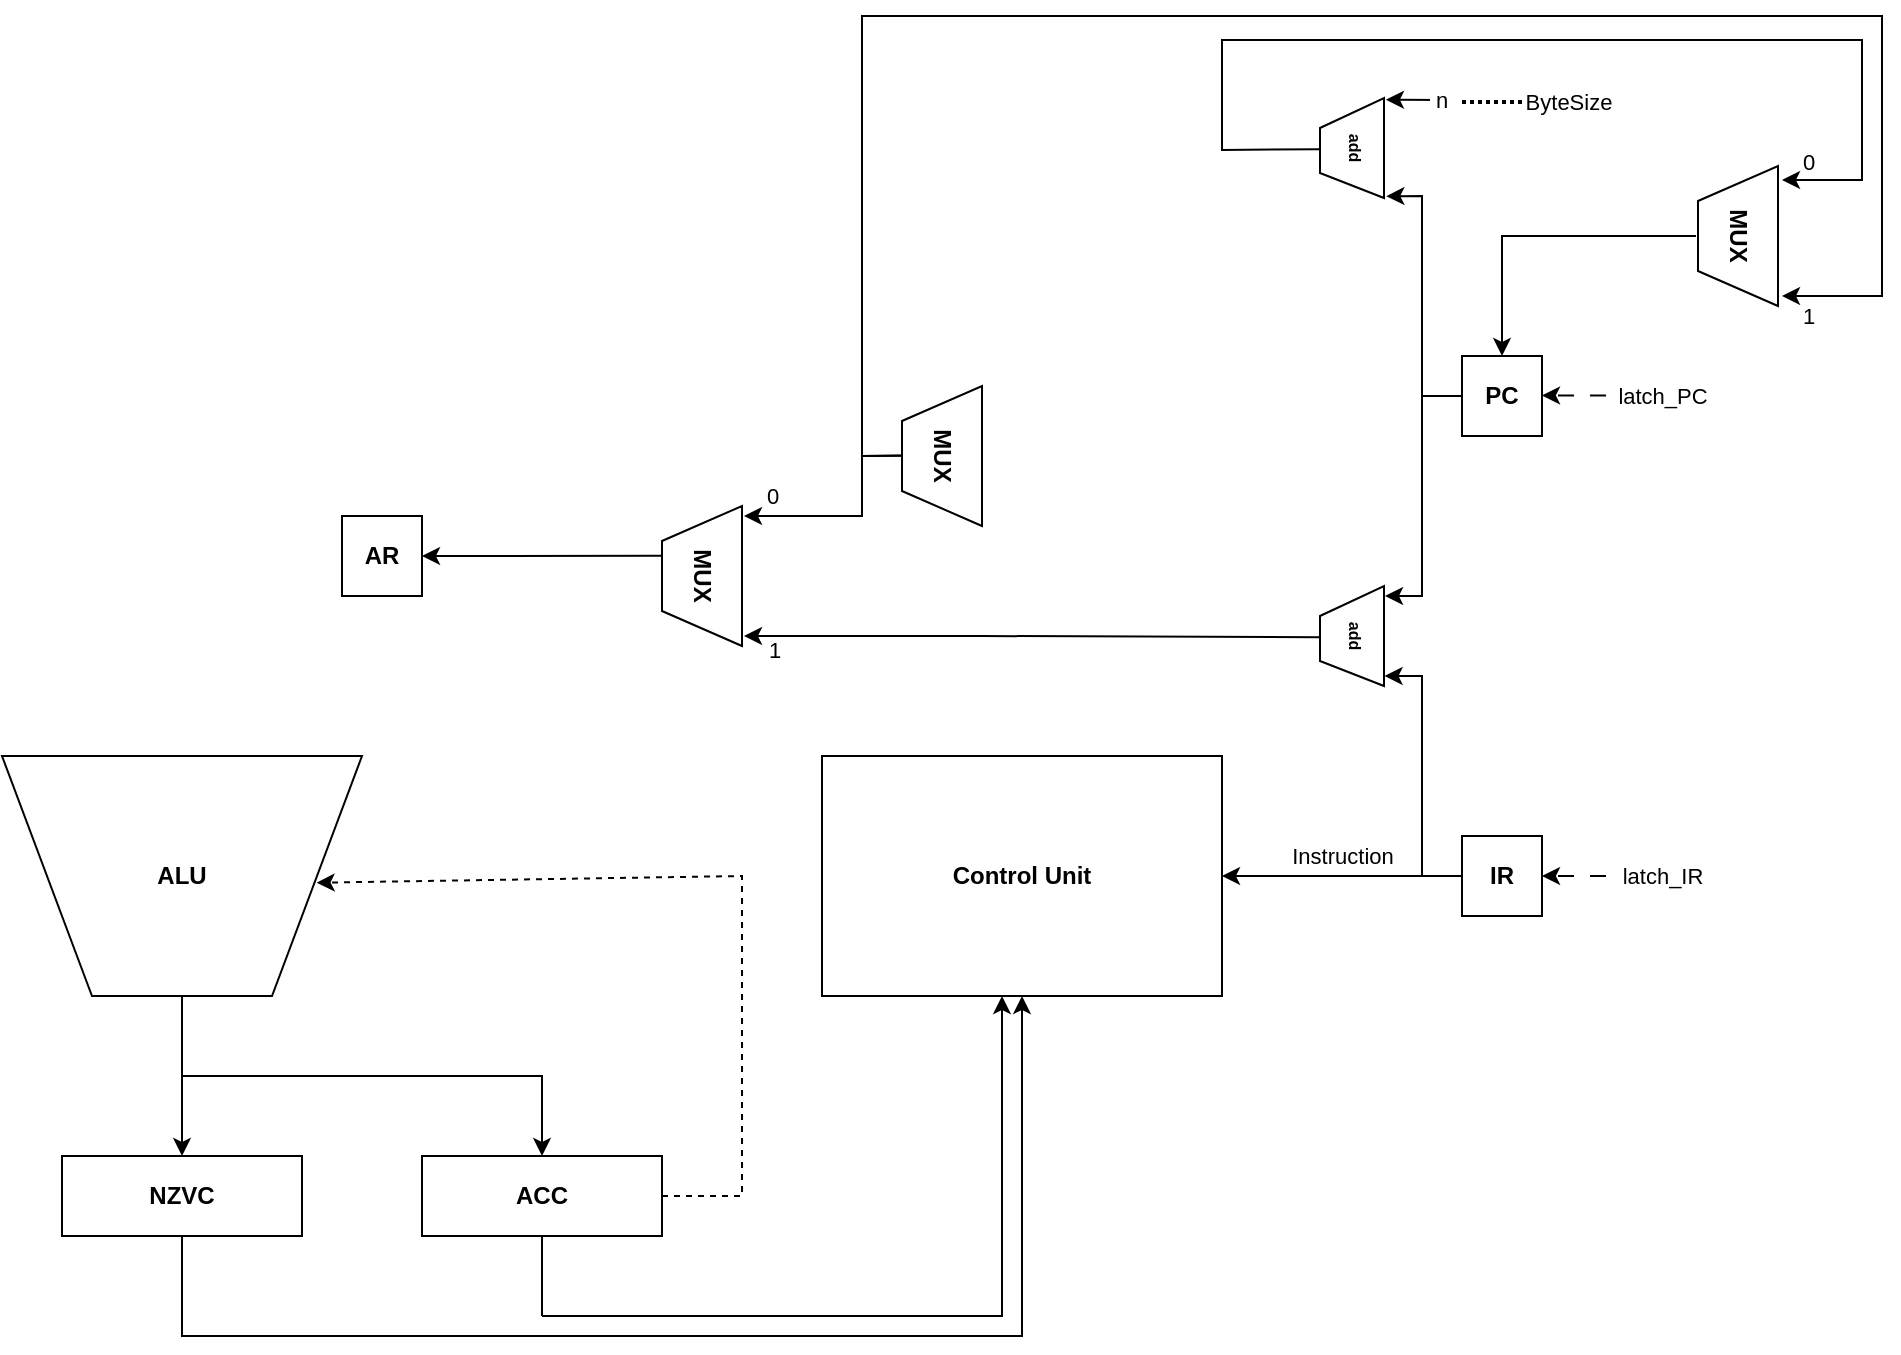
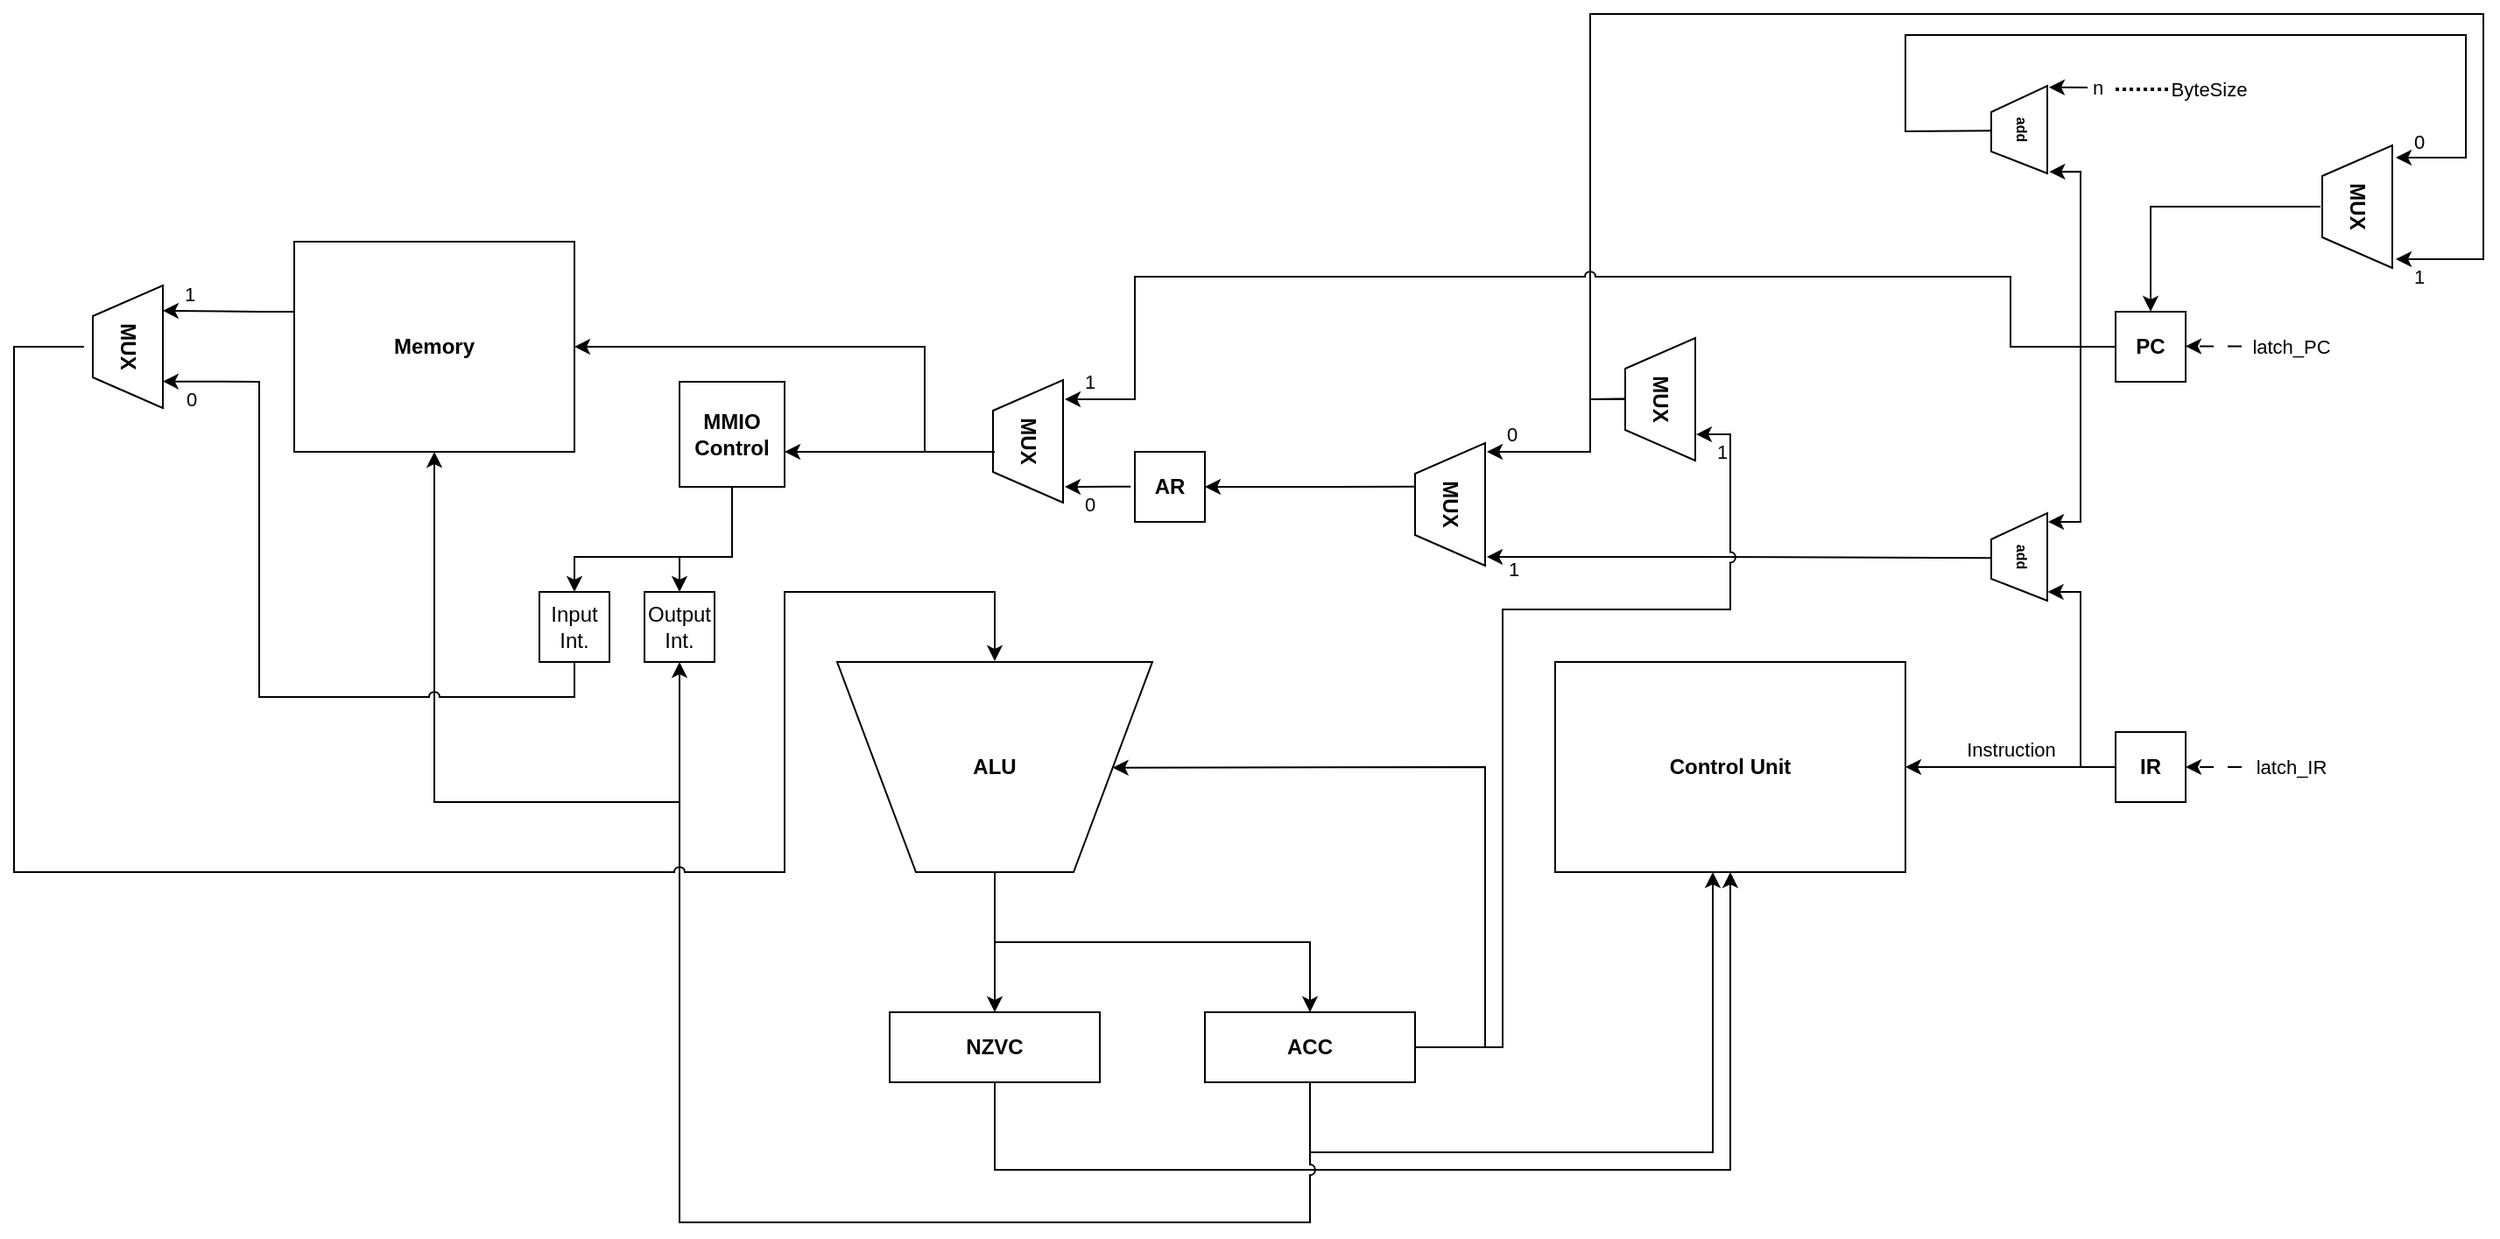
<mxfile host="app.diagrams.net">
  <diagram name="Страница-1" id="aG-_2oy_ONiYoz7BY2b6">
-     <mxGraphModel dx="2342" dy="1696" grid="1" gridSize="10" guides="1" tooltips="1" connect="1" arrows="1" fold="1" page="0" pageScale="1" pageWidth="827" pageHeight="1169" background="none" math="0" shadow="0">
+     <mxGraphModel dx="3172" dy="1726" grid="1" gridSize="10" guides="1" tooltips="1" connect="1" arrows="1" fold="1" page="0" pageScale="1" pageWidth="827" pageHeight="1169" background="none" math="0" shadow="0">
      <root>
        <mxCell id="0" />
        <mxCell id="1" parent="0" />
        <mxCell id="EIAMRbRPsVvW2iiw1fpJ-6" connectable="0" parent="1" style="group" value="" vertex="1">
          <mxGeometry height="120" width="180" x="-360" y="80" as="geometry" />
        </mxCell>
        <mxCell id="EIAMRbRPsVvW2iiw1fpJ-7" connectable="0" parent="EIAMRbRPsVvW2iiw1fpJ-6" style="group" value="" vertex="1">
          <mxGeometry height="119.99999999999999" width="180" x="-10" as="geometry" />
        </mxCell>
        <mxCell id="EIAMRbRPsVvW2iiw1fpJ-4" parent="EIAMRbRPsVvW2iiw1fpJ-7" style="verticalLabelPosition=bottom;verticalAlign=top;html=1;shape=mxgraph.basic.polygon;polyCoords=[[1,0],[0.75,1],[0.25,1],[0,0]];polyline=0;polyCurves=[[],[],[]];" value="" vertex="1">
          <mxGeometry height="119.99999999999999" width="180" as="geometry" />
        </mxCell>
        <mxCell id="EIAMRbRPsVvW2iiw1fpJ-5" parent="EIAMRbRPsVvW2iiw1fpJ-7" style="text;html=1;whiteSpace=wrap;strokeColor=none;fillColor=none;align=center;verticalAlign=middle;rounded=0;" value="&lt;b&gt;ALU&lt;/b&gt;" vertex="1">
          <mxGeometry height="45" width="90" x="45" y="37.5" as="geometry" />
        </mxCell>
        <mxCell id="EIAMRbRPsVvW2iiw1fpJ-13" edge="1" parent="1" source="EIAMRbRPsVvW2iiw1fpJ-8" style="edgeStyle=orthogonalEdgeStyle;rounded=0;orthogonalLoop=1;jettySize=auto;html=1;entryX=0.5;entryY=1;entryDx=0;entryDy=0;" target="EIAMRbRPsVvW2iiw1fpJ-12">
          <mxGeometry relative="1" as="geometry">
            <Array as="points">
              <mxPoint x="-280" y="370" />
              <mxPoint x="140" y="370" />
            </Array>
          </mxGeometry>
        </mxCell>
        <mxCell id="EIAMRbRPsVvW2iiw1fpJ-8" parent="1" style="rounded=0;whiteSpace=wrap;html=1;" value="&lt;b&gt;NZVC&lt;/b&gt;" vertex="1">
          <mxGeometry height="40" width="120" x="-340" y="280" as="geometry" />
        </mxCell>
        <mxCell id="EIAMRbRPsVvW2iiw1fpJ-9" edge="1" parent="1" source="EIAMRbRPsVvW2iiw1fpJ-4" style="edgeStyle=orthogonalEdgeStyle;rounded=0;orthogonalLoop=1;jettySize=auto;html=1;" target="EIAMRbRPsVvW2iiw1fpJ-8" value="">
          <mxGeometry relative="1" as="geometry" />
        </mxCell>
        <mxCell id="EIAMRbRPsVvW2iiw1fpJ-10" parent="1" style="rounded=0;whiteSpace=wrap;html=1;" value="&lt;b&gt;ACC&lt;/b&gt;" vertex="1">
          <mxGeometry height="40" width="120" x="-160" y="280" as="geometry" />
        </mxCell>
        <mxCell id="EIAMRbRPsVvW2iiw1fpJ-11" edge="1" parent="1" source="EIAMRbRPsVvW2iiw1fpJ-4" style="edgeStyle=orthogonalEdgeStyle;rounded=0;orthogonalLoop=1;jettySize=auto;html=1;entryX=0.5;entryY=0;entryDx=0;entryDy=0;" target="EIAMRbRPsVvW2iiw1fpJ-10">
          <mxGeometry relative="1" as="geometry">
            <Array as="points">
              <mxPoint x="-280" y="240" />
              <mxPoint x="-100" y="240" />
            </Array>
          </mxGeometry>
        </mxCell>
        <mxCell id="EIAMRbRPsVvW2iiw1fpJ-12" parent="1" style="rounded=0;whiteSpace=wrap;html=1;" value="&lt;b&gt;Control Unit&lt;/b&gt;" vertex="1">
          <mxGeometry height="120" width="200" x="40" y="80" as="geometry" />
        </mxCell>
        <mxCell id="EIAMRbRPsVvW2iiw1fpJ-18" edge="1" parent="1" style="endArrow=classic;html=1;rounded=0;" value="">
          <mxGeometry height="50" relative="1" width="50" as="geometry">
            <Array as="points">
              <mxPoint x="130" y="360" />
              <mxPoint x="130" y="280" />
            </Array>
            <mxPoint x="-100" y="360" as="sourcePoint" />
            <mxPoint x="130" y="200" as="targetPoint" />
          </mxGeometry>
        </mxCell>
        <mxCell id="EIAMRbRPsVvW2iiw1fpJ-19" edge="1" parent="1" style="endArrow=none;html=1;rounded=0;entryX=0.5;entryY=1;entryDx=0;entryDy=0;" target="EIAMRbRPsVvW2iiw1fpJ-10" value="">
          <mxGeometry height="50" relative="1" width="50" as="geometry">
            <mxPoint x="-100" y="360" as="sourcePoint" />
            <mxPoint x="30" y="260" as="targetPoint" />
          </mxGeometry>
        </mxCell>
-         <mxCell id="EIAMRbRPsVvW2iiw1fpJ-21" edge="1" parent="1" source="EIAMRbRPsVvW2iiw1fpJ-10" style="endArrow=classic;html=1;rounded=0;entryX=0.874;entryY=0.528;entryDx=0;entryDy=0;entryPerimeter=0;dashed=1;exitX=1;exitY=0.5;exitDx=0;exitDy=0;" target="EIAMRbRPsVvW2iiw1fpJ-4" value="">
+         <mxCell id="EIAMRbRPsVvW2iiw1fpJ-21" edge="1" parent="1" source="EIAMRbRPsVvW2iiw1fpJ-10" style="endArrow=classic;html=1;rounded=0;exitX=1;exitY=0.5;exitDx=0;exitDy=0;entryX=0.874;entryY=0.503;entryDx=0;entryDy=0;entryPerimeter=0;" target="EIAMRbRPsVvW2iiw1fpJ-4" value="">
          <mxGeometry height="50" relative="1" width="50" as="geometry">
            <Array as="points">
              <mxPoint x="-40" y="300" />
              <mxPoint y="300" />
              <mxPoint y="140" />
            </Array>
            <mxPoint x="-100" y="320" as="sourcePoint" />
-             <mxPoint x="-80" y="210" as="targetPoint" />
+             <mxPoint x="-200" y="141" as="targetPoint" />
          </mxGeometry>
        </mxCell>
        <mxCell id="EIAMRbRPsVvW2iiw1fpJ-22" parent="1" style="whiteSpace=wrap;html=1;aspect=fixed;" value="&lt;b&gt;IR&lt;/b&gt;" vertex="1">
          <mxGeometry height="40" width="40" x="360" y="120" as="geometry" />
        </mxCell>
        <mxCell id="EIAMRbRPsVvW2iiw1fpJ-23" edge="1" parent="1" source="EIAMRbRPsVvW2iiw1fpJ-22" style="endArrow=classic;html=1;rounded=0;exitX=0;exitY=0.5;exitDx=0;exitDy=0;entryX=1;entryY=0.5;entryDx=0;entryDy=0;" target="EIAMRbRPsVvW2iiw1fpJ-12" value="Instruction">
          <mxGeometry height="50" relative="1" width="50" y="-10" as="geometry">
            <mxPoint as="offset" />
            <mxPoint x="200" y="150" as="sourcePoint" />
            <mxPoint x="250" y="100" as="targetPoint" />
          </mxGeometry>
        </mxCell>
        <mxCell id="EIAMRbRPsVvW2iiw1fpJ-24" edge="1" parent="1" style="endArrow=classic;html=1;rounded=0;entryX=1;entryY=0.5;entryDx=0;entryDy=0;dashed=1;dashPattern=8 8;" target="EIAMRbRPsVvW2iiw1fpJ-22" value="">
          <mxGeometry height="50" relative="1" width="50" as="geometry">
            <mxPoint x="480" y="140" as="sourcePoint" />
            <mxPoint x="450" y="150" as="targetPoint" />
          </mxGeometry>
        </mxCell>
        <mxCell id="EIAMRbRPsVvW2iiw1fpJ-25" connectable="0" parent="EIAMRbRPsVvW2iiw1fpJ-24" style="edgeLabel;html=1;align=center;verticalAlign=middle;resizable=0;points=[];" value="latch_IR" vertex="1">
          <mxGeometry relative="1" x="-0.65" y="-1" as="geometry">
            <mxPoint x="-6" y="1" as="offset" />
          </mxGeometry>
        </mxCell>
        <mxCell id="D1q992ZRwJ2_NjyjFt2y-9" connectable="0" parent="1" style="group" value="" vertex="1">
          <mxGeometry height="32" width="50" x="280" y="4" as="geometry" />
        </mxCell>
        <mxCell id="D1q992ZRwJ2_NjyjFt2y-7" parent="D1q992ZRwJ2_NjyjFt2y-9" style="verticalLabelPosition=bottom;verticalAlign=top;html=1;shape=mxgraph.basic.polygon;polyCoords=[[1,0],[0.75,1],[0.3,1],[0,0]];polyline=0;polyCurves=[[],[],[],[]];rotation=90;gradientColor=none;" value="" vertex="1">
          <mxGeometry height="32" width="50" as="geometry" />
        </mxCell>
        <mxCell id="D1q992ZRwJ2_NjyjFt2y-8" parent="D1q992ZRwJ2_NjyjFt2y-9" style="text;html=1;whiteSpace=wrap;strokeColor=none;fillColor=none;align=center;verticalAlign=middle;rounded=0;rotation=90;" value="&lt;font style=&quot;font-size: 8px;&quot;&gt;&lt;b&gt;add&lt;/b&gt;&lt;/font&gt;" vertex="1">
          <mxGeometry height="13.91304347826087" width="25" x="15" y="9.043478260869565" as="geometry" />
        </mxCell>
        <mxCell id="D1q992ZRwJ2_NjyjFt2y-13" parent="1" style="whiteSpace=wrap;html=1;aspect=fixed;" value="&lt;b&gt;PC&lt;/b&gt;" vertex="1">
          <mxGeometry height="40" width="40" x="360" y="-120" as="geometry" />
        </mxCell>
        <mxCell id="D1q992ZRwJ2_NjyjFt2y-16" edge="1" parent="1" source="D1q992ZRwJ2_NjyjFt2y-13" style="endArrow=classic;html=1;rounded=0;entryX=0.1;entryY=-0.016;entryDx=0;entryDy=0;entryPerimeter=0;exitX=0;exitY=0.5;exitDx=0;exitDy=0;" target="D1q992ZRwJ2_NjyjFt2y-7" value="">
          <mxGeometry height="50" relative="1" width="50" as="geometry">
            <Array as="points">
              <mxPoint x="340" y="-100" />
              <mxPoint x="340" />
            </Array>
            <mxPoint x="340" y="-100" as="sourcePoint" />
            <mxPoint x="420" y="-30" as="targetPoint" />
          </mxGeometry>
        </mxCell>
-         <mxCell id="D1q992ZRwJ2_NjyjFt2y-17" edge="1" parent="1" style="endArrow=classic;html=1;rounded=0;entryX=0.9;entryY=-0.009;entryDx=0;entryDy=0;entryPerimeter=0;" target="D1q992ZRwJ2_NjyjFt2y-7" value="">
+         <mxCell id="D1q992ZRwJ2_NjyjFt2y-17" edge="1" parent="1" style="endArrow=classic;html=1;rounded=0;entryX=0.9;entryY=-0.009;entryDx=0;entryDy=0;entryPerimeter=0;jumpStyle=arc;" target="D1q992ZRwJ2_NjyjFt2y-7" value="">
          <mxGeometry height="50" relative="1" width="50" as="geometry">
            <Array as="points">
              <mxPoint x="340" y="40" />
            </Array>
            <mxPoint x="340" y="140" as="sourcePoint" />
            <mxPoint x="440" y="20" as="targetPoint" />
          </mxGeometry>
        </mxCell>
        <mxCell id="D1q992ZRwJ2_NjyjFt2y-18" edge="1" parent="1" style="endArrow=classic;html=1;rounded=0;entryX=1;entryY=0.5;entryDx=0;entryDy=0;dashed=1;dashPattern=8 8;" value="">
          <mxGeometry height="50" relative="1" width="50" as="geometry">
            <mxPoint x="480" y="-100.28999999999999" as="sourcePoint" />
            <mxPoint x="400" y="-100.28999999999999" as="targetPoint" />
          </mxGeometry>
        </mxCell>
        <mxCell id="D1q992ZRwJ2_NjyjFt2y-19" connectable="0" parent="D1q992ZRwJ2_NjyjFt2y-18" style="edgeLabel;html=1;align=center;verticalAlign=middle;resizable=0;points=[];" value="latch_PC" vertex="1">
          <mxGeometry relative="1" x="-0.65" y="-1" as="geometry">
            <mxPoint x="-6" y="1" as="offset" />
          </mxGeometry>
        </mxCell>
        <mxCell id="D1q992ZRwJ2_NjyjFt2y-21" connectable="0" parent="1" style="group" value="" vertex="1">
          <mxGeometry height="32" width="50" x="280" y="-240" as="geometry" />
        </mxCell>
        <mxCell id="D1q992ZRwJ2_NjyjFt2y-22" parent="D1q992ZRwJ2_NjyjFt2y-21" style="verticalLabelPosition=bottom;verticalAlign=top;html=1;shape=mxgraph.basic.polygon;polyCoords=[[1,0],[0.75,1],[0.3,1],[0,0]];polyline=0;polyCurves=[[],[],[],[]];rotation=90;gradientColor=none;" value="" vertex="1">
          <mxGeometry height="32" width="50" as="geometry" />
        </mxCell>
        <mxCell id="D1q992ZRwJ2_NjyjFt2y-23" parent="D1q992ZRwJ2_NjyjFt2y-21" style="text;html=1;whiteSpace=wrap;strokeColor=none;fillColor=none;align=center;verticalAlign=middle;rounded=0;rotation=90;" value="&lt;font style=&quot;font-size: 8px;&quot;&gt;&lt;b&gt;add&lt;/b&gt;&lt;/font&gt;" vertex="1">
          <mxGeometry height="13.91304347826087" width="25" x="15" y="9.043478260869565" as="geometry" />
        </mxCell>
        <mxCell id="D1q992ZRwJ2_NjyjFt2y-28" edge="1" parent="1" source="D1q992ZRwJ2_NjyjFt2y-13" style="endArrow=classic;html=1;rounded=0;entryX=0.982;entryY=-0.037;entryDx=0;entryDy=0;entryPerimeter=0;exitX=0;exitY=0.5;exitDx=0;exitDy=0;" target="D1q992ZRwJ2_NjyjFt2y-22" value="">
          <mxGeometry height="50" relative="1" width="50" as="geometry">
            <Array as="points">
              <mxPoint x="340" y="-100" />
              <mxPoint x="340" y="-200" />
            </Array>
            <mxPoint x="370" y="-70" as="sourcePoint" />
            <mxPoint x="420" y="-120" as="targetPoint" />
          </mxGeometry>
        </mxCell>
        <mxCell id="D1q992ZRwJ2_NjyjFt2y-29" edge="1" parent="1" style="endArrow=classic;html=1;rounded=0;entryX=0.017;entryY=-0.03;entryDx=0;entryDy=0;entryPerimeter=0;" target="D1q992ZRwJ2_NjyjFt2y-22" value="">
          <mxGeometry height="50" relative="1" width="50" as="geometry">
            <mxPoint x="350" y="-248" as="sourcePoint" />
            <mxPoint x="320" y="-250" as="targetPoint" />
          </mxGeometry>
        </mxCell>
        <mxCell id="D1q992ZRwJ2_NjyjFt2y-30" connectable="0" parent="D1q992ZRwJ2_NjyjFt2y-29" style="edgeLabel;html=1;align=center;verticalAlign=middle;resizable=0;points=[];" value="&amp;nbsp;n" vertex="1">
          <mxGeometry relative="1" x="-0.815" as="geometry">
            <mxPoint as="offset" />
          </mxGeometry>
        </mxCell>
        <mxCell id="D1q992ZRwJ2_NjyjFt2y-33" edge="1" parent="1" style="endArrow=none;dashed=1;html=1;strokeWidth=2;rounded=0;dashPattern=1 1;" value="">
          <mxGeometry height="50" relative="1" width="50" as="geometry">
            <mxPoint x="360" y="-247" as="sourcePoint" />
            <mxPoint x="390" y="-247" as="targetPoint" />
          </mxGeometry>
        </mxCell>
        <mxCell id="D1q992ZRwJ2_NjyjFt2y-34" connectable="0" parent="D1q992ZRwJ2_NjyjFt2y-33" style="edgeLabel;html=1;align=center;verticalAlign=middle;resizable=0;points=[];" value="ByteSize" vertex="1">
          <mxGeometry relative="1" x="0.5407" y="1" as="geometry">
            <mxPoint x="30" y="1" as="offset" />
          </mxGeometry>
        </mxCell>
        <mxCell id="D1q992ZRwJ2_NjyjFt2y-37" connectable="0" parent="1" style="group;rotation=90;" value="" vertex="1">
          <mxGeometry height="40" width="70" x="463" y="-200" as="geometry" />
        </mxCell>
        <mxCell id="D1q992ZRwJ2_NjyjFt2y-35" parent="D1q992ZRwJ2_NjyjFt2y-37" style="verticalLabelPosition=bottom;verticalAlign=top;html=1;shape=mxgraph.basic.polygon;polyCoords=[[1,0],[0.75,1],[0.25,1],[0,0]];polyline=0;polyCurves=[[],[],[]];rotation=90;" value="" vertex="1">
          <mxGeometry height="40" width="70" as="geometry" />
        </mxCell>
        <mxCell id="D1q992ZRwJ2_NjyjFt2y-36" parent="D1q992ZRwJ2_NjyjFt2y-37" style="text;html=1;whiteSpace=wrap;strokeColor=none;fillColor=none;align=center;verticalAlign=middle;rounded=0;rotation=90;" value="&lt;b&gt;MUX&lt;/b&gt;" vertex="1">
          <mxGeometry height="30" width="60" x="5" y="5" as="geometry" />
        </mxCell>
        <mxCell id="D1q992ZRwJ2_NjyjFt2y-38" edge="1" parent="1" style="endArrow=classic;html=1;rounded=0;entryX=0.5;entryY=0;entryDx=0;entryDy=0;" target="D1q992ZRwJ2_NjyjFt2y-13" value="">
          <mxGeometry height="50" relative="1" width="50" as="geometry">
            <Array as="points">
              <mxPoint x="380" y="-180" />
            </Array>
            <mxPoint x="477" y="-180" as="sourcePoint" />
            <mxPoint x="370" y="-180" as="targetPoint" />
          </mxGeometry>
        </mxCell>
        <mxCell id="D1q992ZRwJ2_NjyjFt2y-40" edge="1" parent="1" source="D1q992ZRwJ2_NjyjFt2y-22" style="endArrow=classic;html=1;rounded=0;exitX=0.512;exitY=1.002;exitDx=0;exitDy=0;exitPerimeter=0;" value="">
          <mxGeometry height="50" relative="1" width="50" as="geometry">
            <Array as="points">
              <mxPoint x="240" y="-223" />
              <mxPoint x="240" y="-278" />
              <mxPoint x="560" y="-278" />
              <mxPoint x="560" y="-208" />
            </Array>
            <mxPoint x="280" y="-220" as="sourcePoint" />
            <mxPoint x="520" y="-208" as="targetPoint" />
          </mxGeometry>
        </mxCell>
        <mxCell id="D1q992ZRwJ2_NjyjFt2y-41" connectable="0" parent="D1q992ZRwJ2_NjyjFt2y-40" style="edgeLabel;html=1;align=center;verticalAlign=middle;resizable=0;points=[];" value="0" vertex="1">
          <mxGeometry relative="1" x="0.9369" as="geometry">
            <mxPoint x="-4" y="-9" as="offset" />
          </mxGeometry>
        </mxCell>
        <mxCell id="D1q992ZRwJ2_NjyjFt2y-42" connectable="0" parent="1" style="group;rotation=90;" value="" vertex="1">
          <mxGeometry height="40" width="70" x="-55" y="-30" as="geometry" />
        </mxCell>
        <mxCell id="D1q992ZRwJ2_NjyjFt2y-43" parent="D1q992ZRwJ2_NjyjFt2y-42" style="verticalLabelPosition=bottom;verticalAlign=top;html=1;shape=mxgraph.basic.polygon;polyCoords=[[1,0],[0.75,1],[0.25,1],[0,0]];polyline=0;polyCurves=[[],[],[]];rotation=90;" value="" vertex="1">
          <mxGeometry height="40" width="70" as="geometry" />
        </mxCell>
        <mxCell id="D1q992ZRwJ2_NjyjFt2y-44" parent="D1q992ZRwJ2_NjyjFt2y-42" style="text;html=1;whiteSpace=wrap;strokeColor=none;fillColor=none;align=center;verticalAlign=middle;rounded=0;rotation=90;" value="&lt;b&gt;MUX&lt;/b&gt;" vertex="1">
          <mxGeometry height="30" width="60" x="5" y="5" as="geometry" />
        </mxCell>
        <mxCell id="D1q992ZRwJ2_NjyjFt2y-45" edge="1" parent="1" source="D1q992ZRwJ2_NjyjFt2y-7" style="endArrow=classic;html=1;rounded=0;exitX=0.512;exitY=1;exitDx=0;exitDy=0;exitPerimeter=0;" value="">
          <mxGeometry height="50" relative="1" width="50" as="geometry">
            <Array as="points">
              <mxPoint x="120" y="20" />
            </Array>
            <mxPoint x="80" y="70" as="sourcePoint" />
            <mxPoint x="1" y="20" as="targetPoint" />
          </mxGeometry>
        </mxCell>
        <mxCell id="D1q992ZRwJ2_NjyjFt2y-46" connectable="0" parent="D1q992ZRwJ2_NjyjFt2y-45" style="edgeLabel;html=1;align=center;verticalAlign=middle;resizable=0;points=[];" value="1" vertex="1">
          <mxGeometry relative="1" x="0.8847" y="-1" as="geometry">
            <mxPoint x="-2" y="8" as="offset" />
          </mxGeometry>
        </mxCell>
        <mxCell id="D1q992ZRwJ2_NjyjFt2y-47" parent="1" style="whiteSpace=wrap;html=1;aspect=fixed;" value="&lt;b&gt;AR&lt;/b&gt;" vertex="1">
          <mxGeometry height="40" width="40" x="-200" y="-40" as="geometry" />
        </mxCell>
        <mxCell id="D1q992ZRwJ2_NjyjFt2y-48" edge="1" parent="1" source="D1q992ZRwJ2_NjyjFt2y-43" style="endArrow=classic;html=1;rounded=0;entryX=1;entryY=0.5;entryDx=0;entryDy=0;exitX=0.356;exitY=1.008;exitDx=0;exitDy=0;exitPerimeter=0;" target="D1q992ZRwJ2_NjyjFt2y-47" value="">
          <mxGeometry height="50" relative="1" width="50" as="geometry">
            <mxPoint x="-70" y="10" as="sourcePoint" />
            <mxPoint x="-20" y="-40" as="targetPoint" />
          </mxGeometry>
        </mxCell>
        <mxCell id="D1q992ZRwJ2_NjyjFt2y-49" connectable="0" parent="1" style="group;rotation=90;" value="" vertex="1">
          <mxGeometry height="40" width="70" x="65" y="-90" as="geometry" />
        </mxCell>
        <mxCell id="D1q992ZRwJ2_NjyjFt2y-50" parent="D1q992ZRwJ2_NjyjFt2y-49" style="verticalLabelPosition=bottom;verticalAlign=top;html=1;shape=mxgraph.basic.polygon;polyCoords=[[1,0],[0.75,1],[0.25,1],[0,0]];polyline=0;polyCurves=[[],[],[]];rotation=90;" value="" vertex="1">
          <mxGeometry height="40" width="70" as="geometry" />
        </mxCell>
        <mxCell id="D1q992ZRwJ2_NjyjFt2y-51" parent="D1q992ZRwJ2_NjyjFt2y-49" style="text;html=1;whiteSpace=wrap;strokeColor=none;fillColor=none;align=center;verticalAlign=middle;rounded=0;rotation=90;" value="&lt;b&gt;MUX&lt;/b&gt;" vertex="1">
          <mxGeometry height="30" width="60" x="5" y="5" as="geometry" />
        </mxCell>
        <mxCell id="D1q992ZRwJ2_NjyjFt2y-52" edge="1" parent="1" source="D1q992ZRwJ2_NjyjFt2y-50" style="endArrow=classic;html=1;rounded=0;exitX=0.498;exitY=0.996;exitDx=0;exitDy=0;exitPerimeter=0;" value="">
          <mxGeometry height="50" relative="1" width="50" as="geometry">
            <Array as="points">
              <mxPoint x="60" y="-70" />
              <mxPoint x="60" y="-40" />
            </Array>
            <mxPoint x="70" y="-70" as="sourcePoint" />
            <mxPoint x="1" y="-40" as="targetPoint" />
          </mxGeometry>
        </mxCell>
        <mxCell id="D1q992ZRwJ2_NjyjFt2y-54" connectable="0" parent="D1q992ZRwJ2_NjyjFt2y-52" style="edgeLabel;html=1;align=center;verticalAlign=middle;resizable=0;points=[];" value="0" vertex="1">
          <mxGeometry relative="1" x="0.7785" as="geometry">
            <mxPoint x="2" y="-10" as="offset" />
          </mxGeometry>
        </mxCell>
        <mxCell id="D1q992ZRwJ2_NjyjFt2y-55" edge="1" parent="1" source="D1q992ZRwJ2_NjyjFt2y-50" style="endArrow=classic;html=1;rounded=0;exitX=0.496;exitY=1.008;exitDx=0;exitDy=0;exitPerimeter=0;" value="">
          <mxGeometry height="50" relative="1" width="50" as="geometry">
            <Array as="points">
              <mxPoint x="60" y="-70" />
              <mxPoint x="60" y="-290" />
              <mxPoint x="570" y="-290" />
              <mxPoint x="570" y="-150" />
            </Array>
            <mxPoint x="80" y="-80" as="sourcePoint" />
            <mxPoint x="520" y="-150" as="targetPoint" />
          </mxGeometry>
        </mxCell>
        <mxCell id="D1q992ZRwJ2_NjyjFt2y-56" connectable="0" parent="D1q992ZRwJ2_NjyjFt2y-55" style="edgeLabel;html=1;align=center;verticalAlign=middle;resizable=0;points=[];" value="1" vertex="1">
          <mxGeometry relative="1" x="0.9651" as="geometry">
            <mxPoint x="-3" y="10" as="offset" />
          </mxGeometry>
        </mxCell>
+         <mxCell id="jWvoM6QEasLPDy-flEnv-2" edge="1" parent="1" source="EIAMRbRPsVvW2iiw1fpJ-10" style="endArrow=classic;html=1;rounded=0;exitX=1;exitY=0.5;exitDx=0;exitDy=0;entryX=0.786;entryY=-0.012;entryDx=0;entryDy=0;entryPerimeter=0;jumpStyle=arc;" target="D1q992ZRwJ2_NjyjFt2y-50" value="">
+           <mxGeometry height="50" relative="1" width="50" as="geometry">
+             <Array as="points">
+               <mxPoint x="10" y="300" />
+               <mxPoint x="10" y="50" />
+               <mxPoint x="140" y="50" />
+               <mxPoint x="140" y="-50" />
+             </Array>
+             <mxPoint x="110" y="140" as="sourcePoint" />
+             <mxPoint x="140" y="-50" as="targetPoint" />
+           </mxGeometry>
+         </mxCell>
+         <mxCell id="jWvoM6QEasLPDy-flEnv-3" connectable="0" parent="jWvoM6QEasLPDy-flEnv-2" style="edgeLabel;html=1;align=center;verticalAlign=middle;resizable=0;points=[];" value="1" vertex="1">
+           <mxGeometry relative="1" x="0.9519" as="geometry">
+             <mxPoint x="1" y="10" as="offset" />
+           </mxGeometry>
+         </mxCell>
+         <mxCell id="jWvoM6QEasLPDy-flEnv-7" connectable="0" parent="1" style="group;rotation=90;" value="" vertex="1">
+           <mxGeometry height="40" width="70" x="-296" y="-66" as="geometry" />
+         </mxCell>
+         <mxCell id="jWvoM6QEasLPDy-flEnv-8" parent="jWvoM6QEasLPDy-flEnv-7" style="verticalLabelPosition=bottom;verticalAlign=top;html=1;shape=mxgraph.basic.polygon;polyCoords=[[1,0],[0.75,1],[0.25,1],[0,0]];polyline=0;polyCurves=[[],[],[]];rotation=90;" value="" vertex="1">
+           <mxGeometry height="40" width="70" as="geometry" />
+         </mxCell>
+         <mxCell id="jWvoM6QEasLPDy-flEnv-9" parent="jWvoM6QEasLPDy-flEnv-7" style="text;html=1;whiteSpace=wrap;strokeColor=none;fillColor=none;align=center;verticalAlign=middle;rounded=0;rotation=90;" value="&lt;b&gt;MUX&lt;/b&gt;" vertex="1">
+           <mxGeometry height="30" width="60" x="5" y="5" as="geometry" />
+         </mxCell>
+         <mxCell id="jWvoM6QEasLPDy-flEnv-12" edge="1" parent="1" source="D1q992ZRwJ2_NjyjFt2y-13" style="endArrow=classic;html=1;rounded=0;exitX=0;exitY=0.5;exitDx=0;exitDy=0;jumpStyle=arc;" value="">
+           <mxGeometry height="50" relative="1" width="50" as="geometry">
+             <Array as="points">
+               <mxPoint x="300" y="-100" />
+               <mxPoint x="300" y="-140" />
+               <mxPoint x="70" y="-140" />
+               <mxPoint x="-200" y="-140" />
+               <mxPoint x="-200" y="-70" />
+             </Array>
+             <mxPoint x="-30" y="20" as="sourcePoint" />
+             <mxPoint x="-240" y="-70" as="targetPoint" />
+           </mxGeometry>
+         </mxCell>
+         <mxCell id="jWvoM6QEasLPDy-flEnv-15" connectable="0" parent="jWvoM6QEasLPDy-flEnv-12" style="edgeLabel;html=1;align=center;verticalAlign=middle;resizable=0;points=[];" value="1" vertex="1">
+           <mxGeometry relative="1" x="0.9561" as="geometry">
+             <mxPoint x="-2" y="-10" as="offset" />
+           </mxGeometry>
+         </mxCell>
+         <mxCell id="jWvoM6QEasLPDy-flEnv-13" edge="1" parent="1" source="D1q992ZRwJ2_NjyjFt2y-47" style="endArrow=classic;html=1;rounded=0;exitX=-0.059;exitY=0.497;exitDx=0;exitDy=0;exitPerimeter=0;" value="">
+           <mxGeometry height="50" relative="1" width="50" as="geometry">
+             <mxPoint x="-270" y="-20" as="sourcePoint" />
+             <mxPoint x="-240" y="-20" as="targetPoint" />
+           </mxGeometry>
+         </mxCell>
+         <mxCell id="jWvoM6QEasLPDy-flEnv-14" connectable="0" parent="jWvoM6QEasLPDy-flEnv-13" style="edgeLabel;html=1;align=center;verticalAlign=middle;resizable=0;points=[];" value="0" vertex="1">
+           <mxGeometry relative="1" x="0.3127" y="1" as="geometry">
+             <mxPoint x="1" y="9" as="offset" />
+           </mxGeometry>
+         </mxCell>
+         <mxCell id="jWvoM6QEasLPDy-flEnv-16" parent="1" style="whiteSpace=wrap;html=1;aspect=fixed;" value="&lt;b&gt;MMIO Control&lt;/b&gt;" vertex="1">
+           <mxGeometry height="60" width="60" x="-460" y="-80" as="geometry" />
+         </mxCell>
+         <mxCell id="jWvoM6QEasLPDy-flEnv-17" edge="1" parent="1" style="endArrow=classic;html=1;rounded=0;" value="">
+           <mxGeometry height="50" relative="1" width="50" as="geometry">
+             <mxPoint x="-280" y="-40" as="sourcePoint" />
+             <mxPoint x="-400" y="-40" as="targetPoint" />
+           </mxGeometry>
+         </mxCell>
+         <mxCell id="jWvoM6QEasLPDy-flEnv-19" parent="1" style="rounded=0;whiteSpace=wrap;html=1;" value="&lt;b&gt;Memory&lt;/b&gt;" vertex="1">
+           <mxGeometry height="120" width="160" x="-680" y="-160" as="geometry" />
+         </mxCell>
+         <mxCell id="jWvoM6QEasLPDy-flEnv-20" edge="1" parent="1" style="endArrow=classic;html=1;rounded=0;entryX=1;entryY=0.5;entryDx=0;entryDy=0;" target="jWvoM6QEasLPDy-flEnv-19" value="">
+           <mxGeometry height="50" relative="1" width="50" as="geometry">
+             <Array as="points">
+               <mxPoint x="-320" y="-100" />
+             </Array>
+             <mxPoint x="-320" y="-40" as="sourcePoint" />
+             <mxPoint x="-360" y="-50" as="targetPoint" />
+           </mxGeometry>
+         </mxCell>
+         <mxCell id="jWvoM6QEasLPDy-flEnv-21" parent="1" style="whiteSpace=wrap;html=1;aspect=fixed;" value="Input Int." vertex="1">
+           <mxGeometry height="40" width="40" x="-540" y="40" as="geometry" />
+         </mxCell>
+         <mxCell id="jWvoM6QEasLPDy-flEnv-22" parent="1" style="whiteSpace=wrap;html=1;aspect=fixed;" value="Output Int." vertex="1">
+           <mxGeometry height="40" width="40" x="-480" y="40" as="geometry" />
+         </mxCell>
+         <mxCell id="jWvoM6QEasLPDy-flEnv-23" edge="1" parent="1" source="jWvoM6QEasLPDy-flEnv-16" style="endArrow=classic;html=1;rounded=0;exitX=0.5;exitY=1;exitDx=0;exitDy=0;entryX=0.5;entryY=0;entryDx=0;entryDy=0;" target="jWvoM6QEasLPDy-flEnv-22" value="">
+           <mxGeometry height="50" relative="1" width="50" as="geometry">
+             <Array as="points">
+               <mxPoint x="-430" y="20" />
+               <mxPoint x="-460" y="20" />
+             </Array>
+             <mxPoint x="-440" y="60" as="sourcePoint" />
+             <mxPoint x="-430" y="20" as="targetPoint" />
+           </mxGeometry>
+         </mxCell>
+         <mxCell id="jWvoM6QEasLPDy-flEnv-24" edge="1" parent="1" style="endArrow=classic;html=1;rounded=0;exitX=0.5;exitY=1;exitDx=0;exitDy=0;entryX=0.5;entryY=0;entryDx=0;entryDy=0;" target="jWvoM6QEasLPDy-flEnv-21" value="">
+           <mxGeometry height="50" relative="1" width="50" as="geometry">
+             <Array as="points">
+               <mxPoint x="-430" y="20" />
+               <mxPoint x="-520" y="20" />
+             </Array>
+             <mxPoint x="-430" y="-20" as="sourcePoint" />
+             <mxPoint x="-460" y="40" as="targetPoint" />
+           </mxGeometry>
+         </mxCell>
+         <mxCell id="jWvoM6QEasLPDy-flEnv-25" edge="1" parent="1" style="endArrow=classic;html=1;rounded=0;jumpStyle=arc;entryX=0.5;entryY=1;entryDx=0;entryDy=0;" target="jWvoM6QEasLPDy-flEnv-22" value="">
+           <mxGeometry height="50" relative="1" width="50" as="geometry">
+             <Array as="points">
+               <mxPoint x="-100" y="400" />
+               <mxPoint x="-460" y="400" />
+             </Array>
+             <mxPoint x="-100" y="360" as="sourcePoint" />
+             <mxPoint x="-460" y="90" as="targetPoint" />
+           </mxGeometry>
+         </mxCell>
+         <mxCell id="jWvoM6QEasLPDy-flEnv-26" edge="1" parent="1" style="endArrow=classic;html=1;rounded=0;entryX=0.5;entryY=1;entryDx=0;entryDy=0;" target="jWvoM6QEasLPDy-flEnv-19" value="">
+           <mxGeometry height="50" relative="1" width="50" as="geometry">
+             <Array as="points">
+               <mxPoint x="-600" y="160" />
+             </Array>
+             <mxPoint x="-460" y="160" as="sourcePoint" />
+             <mxPoint x="-600" y="160" as="targetPoint" />
+           </mxGeometry>
+         </mxCell>
+         <mxCell id="jWvoM6QEasLPDy-flEnv-27" connectable="0" parent="1" style="group;rotation=90;" value="" vertex="1">
+           <mxGeometry height="40" width="70" x="-810" y="-120" as="geometry" />
+         </mxCell>
+         <mxCell id="jWvoM6QEasLPDy-flEnv-28" parent="jWvoM6QEasLPDy-flEnv-27" style="verticalLabelPosition=bottom;verticalAlign=top;html=1;shape=mxgraph.basic.polygon;polyCoords=[[1,0],[0.75,1],[0.25,1],[0,0]];polyline=0;polyCurves=[[],[],[]];rotation=90;" value="" vertex="1">
+           <mxGeometry height="40" width="70" as="geometry" />
+         </mxCell>
+         <mxCell id="jWvoM6QEasLPDy-flEnv-29" parent="jWvoM6QEasLPDy-flEnv-27" style="text;html=1;whiteSpace=wrap;strokeColor=none;fillColor=none;align=center;verticalAlign=middle;rounded=0;rotation=90;" value="&lt;b&gt;MUX&lt;/b&gt;" vertex="1">
+           <mxGeometry height="30" width="60" x="5" y="5" as="geometry" />
+         </mxCell>
+         <mxCell id="jWvoM6QEasLPDy-flEnv-30" edge="1" parent="1" source="jWvoM6QEasLPDy-flEnv-19" style="endArrow=classic;html=1;rounded=0;entryX=0.206;entryY=0.002;entryDx=0;entryDy=0;entryPerimeter=0;exitX=0;exitY=0.5;exitDx=0;exitDy=0;" target="jWvoM6QEasLPDy-flEnv-28" value="">
+           <mxGeometry height="50" relative="1" width="50" as="geometry">
+             <Array as="points">
+               <mxPoint x="-680" y="-120" />
+               <mxPoint x="-700" y="-120" />
+             </Array>
+             <mxPoint x="-700" y="-50" as="sourcePoint" />
+             <mxPoint x="-650" y="-100" as="targetPoint" />
+           </mxGeometry>
+         </mxCell>
+         <mxCell id="jWvoM6QEasLPDy-flEnv-32" connectable="0" parent="jWvoM6QEasLPDy-flEnv-30" style="edgeLabel;html=1;align=center;verticalAlign=middle;resizable=0;points=[];" value="1" vertex="1">
+           <mxGeometry relative="1" x="0.622" as="geometry">
+             <mxPoint x="-3" y="-10" as="offset" />
+           </mxGeometry>
+         </mxCell>
+         <mxCell id="jWvoM6QEasLPDy-flEnv-31" edge="1" parent="1" source="jWvoM6QEasLPDy-flEnv-21" style="endArrow=classic;html=1;rounded=0;entryX=0.783;entryY=0.002;entryDx=0;entryDy=0;entryPerimeter=0;exitX=0.5;exitY=1;exitDx=0;exitDy=0;jumpStyle=arc;" target="jWvoM6QEasLPDy-flEnv-28" value="">
+           <mxGeometry height="50" relative="1" width="50" as="geometry">
+             <Array as="points">
+               <mxPoint x="-520" y="100" />
+               <mxPoint x="-700" y="100" />
+               <mxPoint x="-700" y="-80" />
+             </Array>
+             <mxPoint x="-520" y="100" as="sourcePoint" />
+             <mxPoint x="-650" y="-30" as="targetPoint" />
+           </mxGeometry>
+         </mxCell>
+         <mxCell id="jWvoM6QEasLPDy-flEnv-34" connectable="0" parent="jWvoM6QEasLPDy-flEnv-31" style="edgeLabel;html=1;align=center;verticalAlign=middle;resizable=0;points=[];" value="0" vertex="1">
+           <mxGeometry relative="1" x="0.9195" y="-2" as="geometry">
+             <mxPoint x="-2" y="12" as="offset" />
+           </mxGeometry>
+         </mxCell>
+         <mxCell id="jWvoM6QEasLPDy-flEnv-35" edge="1" parent="1" style="endArrow=classic;html=1;rounded=0;entryX=0.5;entryY=-0.004;entryDx=0;entryDy=0;entryPerimeter=0;jumpStyle=arc;" target="EIAMRbRPsVvW2iiw1fpJ-4" value="">
+           <mxGeometry height="50" relative="1" width="50" as="geometry">
+             <Array as="points">
+               <mxPoint x="-840" y="-100" />
+               <mxPoint x="-840" y="200" />
+               <mxPoint x="-400" y="200" />
+               <mxPoint x="-400" y="40" />
+               <mxPoint x="-280" y="40" />
+             </Array>
+             <mxPoint x="-800" y="-100" as="sourcePoint" />
+             <mxPoint x="-280" y="40" as="targetPoint" />
+           </mxGeometry>
+         </mxCell>
      </root>
    </mxGraphModel>
  </diagram>
</mxfile>
